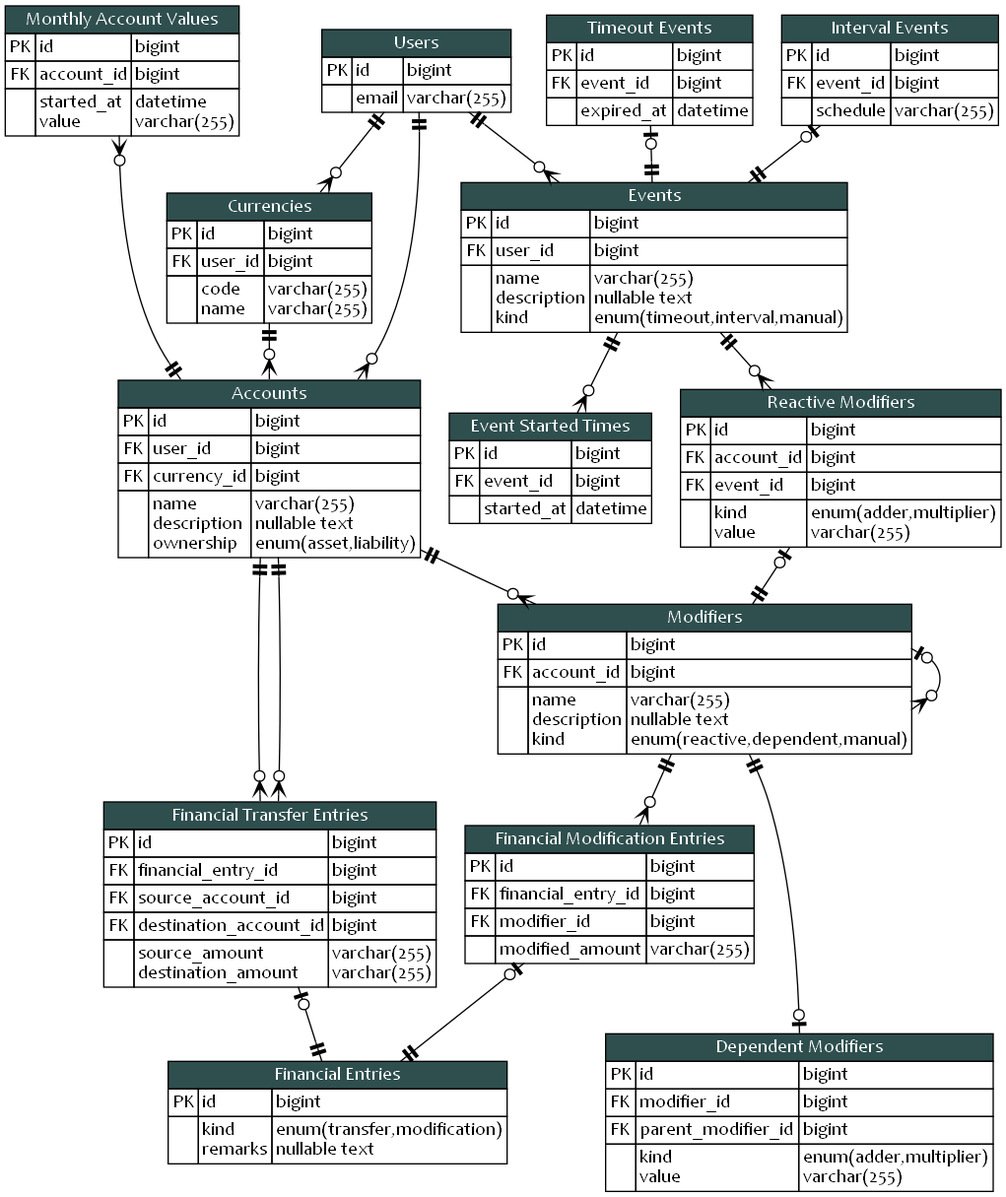
KennethTrecy/peratorakka_server keeps this Graphviz diagram as blueprint/erd.png. Above is the earlier version. Its source is kept beside it as blueprint/erd.dot.
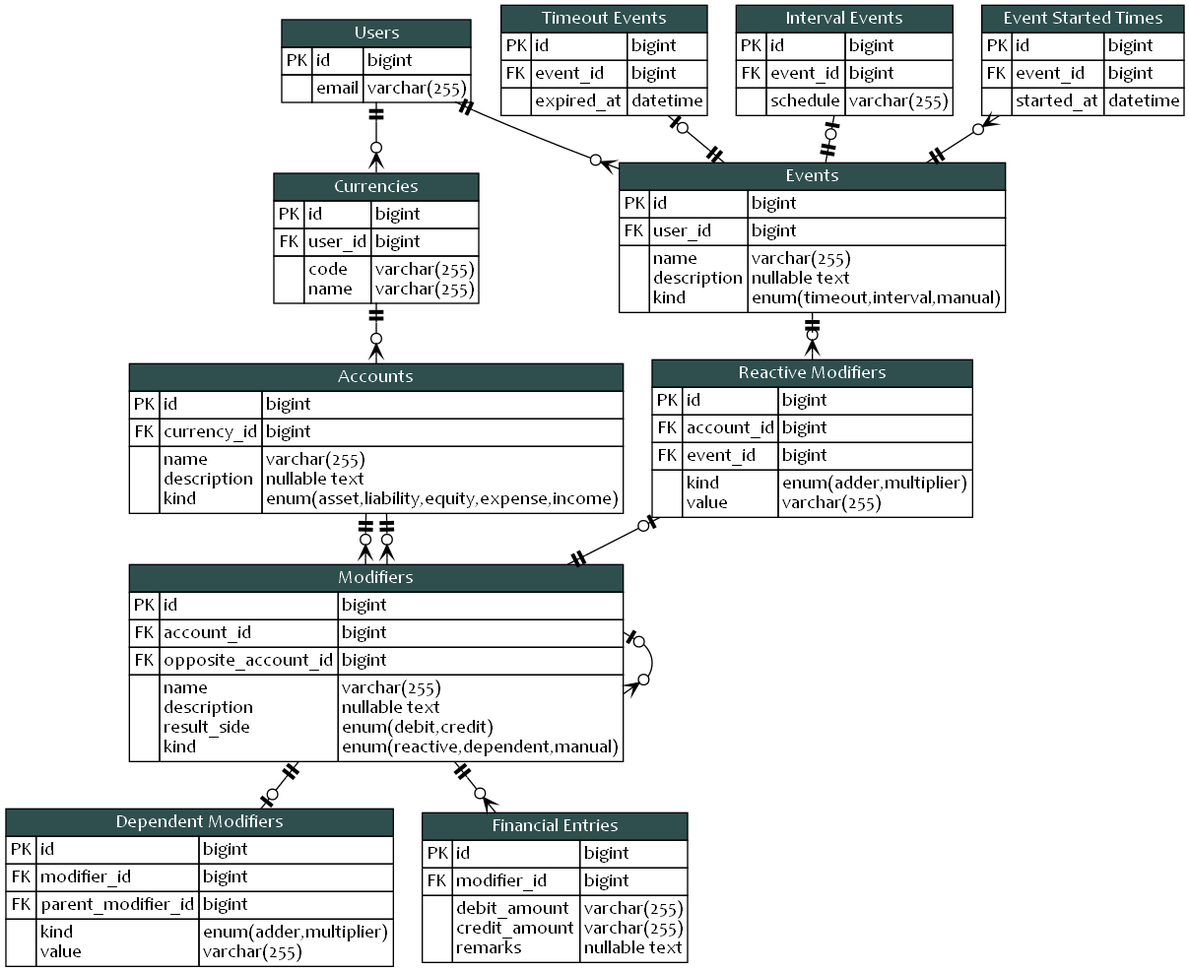
The same file after the commit.

Commit message:
docs(blueprint): simplify ERD according to updates

What changed in the source:
```diff
@@ -84,11 +84,6 @@
 				</tr>
 				<tr>
 					<td>FK</td>
-					<td align="left">user_id</td>
-					<td align="left">bigint</td>
-				</tr>
-				<tr>
-					<td>FK</td>
 					<td align="left">currency_id</td>
 					<td align="left">bigint</td>
 				</tr>
@@ -97,46 +92,12 @@
 					<td align="left">
 						name<br align="left"/>
 						description<br align="left"/>
-						ownership<br align="left"/>
+						kind<br align="left"/>
 					</td>
 					<td align="left">
 						varchar(255)<br align="left"/>
 						nullable text<br align="left"/>
-						enum(asset,liability)<br align="left"/>
-					</td>
-				</tr>
-			</table>
-			>
-		]
-		monthly_account_values [
-			label = <
-			<table cellspacing="0" border="0" cellborder="1">
-				<tr>
-					<td colspan="3" bgcolor="darkslategray">
-						<font color="white">
-							Monthly Account Values
-						</font>
-					</td>
-				</tr>
-				<tr>
-					<td>PK</td>
-					<td align="left">id</td>
-					<td align="left">bigint</td>
-				</tr>
-				<tr>
-					<td>FK</td>
-					<td align="left">account_id</td>
-					<td align="left">bigint</td>
-				</tr>
-				<tr>
-					<td></td>
-					<td align="left">
-						started_at<br align="left"/>
-						value<br align="left"/>
-					</td>
-					<td align="left">
-						datetime<br align="left"/>
-						varchar(255)<br align="left"/>
+						enum(asset,liability,equity,expense,income)<br align="left"/>
 					</td>
 				</tr>
 			</table>
@@ -295,15 +256,22 @@
 					<td align="left">bigint</td>
 				</tr>
 				<tr>
+					<td>FK</td>
+					<td align="left">opposite_account_id</td>
+					<td align="left">bigint</td>
+				</tr>
+				<tr>
 					<td></td>
 					<td align="left">
 						name<br align="left"/>
 						description<br align="left"/>
+						result_side<br align="left"/>
 						kind<br align="left"/>
 					</td>
 					<td align="left">
 						varchar(255)<br align="left"/>
 						nullable text<br align="left"/>
+						enum(debit,credit)<br align="left"/>
 						enum(reactive,dependent,manual)<br align="left"/>
 					</td>
 				</tr>
@@ -404,84 +372,6 @@
 					<td align="left">bigint</td>
 				</tr>
 				<tr>
-					<td></td>
-					<td align="left">
-						kind<br align="left"/>
-						remarks<br align="left"/>
-					</td>
-					<td align="left">
-						enum(transfer,modification)<br align="left"/>
-						nullable text<br align="left"/>
-					</td>
-				</tr>
-			</table>
-			>
-		]
-		financial_transfer_entries [
-			label = <
-			<table cellspacing="0" border="0" cellborder="1">
-				<tr>
-					<td colspan="3" bgcolor="darkslategray">
-						<font color="white">
-							Financial Transfer Entries
-						</font>
-					</td>
-				</tr>
-				<tr>
-					<td>PK</td>
-					<td align="left">id</td>
-					<td align="left">bigint</td>
-				</tr>
-				<tr>
-					<td>FK</td>
-					<td align="left">financial_entry_id</td>
-					<td align="left">bigint</td>
-				</tr>
-				<tr>
-					<td>FK</td>
-					<td align="left">source_account_id</td>
-					<td align="left">bigint</td>
-				</tr>
-				<tr>
-					<td>FK</td>
-					<td align="left">destination_account_id</td>
-					<td align="left">bigint</td>
-				</tr>
-				<tr>
-					<td></td>
-					<td align="left">
-						source_amount<br align="left"/>
-						destination_amount<br align="left"/>
-					</td>
-					<td align="left">
-						varchar(255)<br align="left"/>
-						varchar(255)<br align="left"/>
-					</td>
-				</tr>
-			</table>
-			>
-		]
-		financial_modification_entries [
-			label = <
-			<table cellspacing="0" border="0" cellborder="1">
-				<tr>
-					<td colspan="3" bgcolor="darkslategray">
-						<font color="white">
-							Financial Modification Entries
-						</font>
-					</td>
-				</tr>
-				<tr>
-					<td>PK</td>
-					<td align="left">id</td>
-					<td align="left">bigint</td>
-				</tr>
-				<tr>
-					<td>FK</td>
-					<td align="left">financial_entry_id</td>
-					<td align="left">bigint</td>
-				</tr>
-				<tr>
 					<td>FK</td>
 					<td align="left">modifier_id</td>
 					<td align="left">bigint</td>
@@ -489,10 +379,14 @@
 				<tr>
 					<td></td>
 					<td align="left">
-						modified_amount<br align="left"/>
+						debit_amount<br align="left"/>
+						credit_amount<br align="left"/>
+						remarks<br align="left"/>
 					</td>
 					<td align="left">
 						varchar(255)<br align="left"/>
+						varchar(255)<br align="left"/>
+						nullable text<br align="left"/>
 					</td>
 				</tr>
 			</table>
@@ -511,8 +405,6 @@
 		events -> interval_events
 		modifiers -> reactive_modifiers
 		modifiers -> dependent_modifiers
-		financial_entries -> financial_transfer_entries
-		financial_entries -> financial_modification_entries
 	}
 
 	{
@@ -522,16 +414,13 @@
 		]
 
 		users -> currencies
-		users -> accounts
 		currencies -> accounts
-		accounts -> monthly_account_values
 		users -> events
+		accounts -> modifiers
 		accounts -> modifiers
 		events -> event_started_times
 		events -> reactive_modifiers
-		accounts -> financial_transfer_entries
-		accounts -> financial_transfer_entries
-		modifiers -> financial_modification_entries
+		modifiers -> financial_entries
 	}
 
 	{
@@ -547,8 +436,8 @@
 		rank = source;
 		timeout_events
 		interval_events
+		event_started_times
 		users
-		monthly_account_values
 	}
 
 	{
@@ -561,7 +450,6 @@
 		rank = same;
 		accounts
 		reactive_modifiers
-		event_started_times
 	}
 
 	{
@@ -570,12 +458,6 @@
 	}
 
 	{
-		rank = same;
-		financial_transfer_entries
-		financial_modification_entries
-	}
-
-	{
 		rank = sink;
 		dependent_modifiers
 		financial_entries
```
